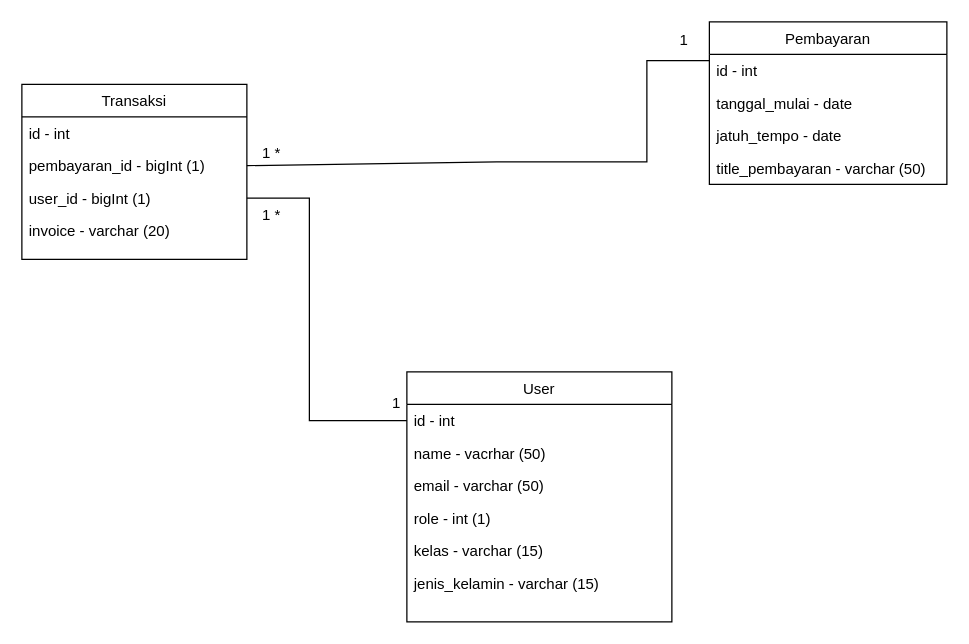
Above: Untitled Diagram.drawio in danangsptro/SI_PEMBAYARAN (draw.io), before the change. Source tidied: cells renumbered, new cells numbered last; positions are measured from the earlier drawing's top-left corner, leaving out a move shared by most shapes. Both pictures are drawn from the tidied source at 125%, with x=0, y=0 at pixel (21, 21).
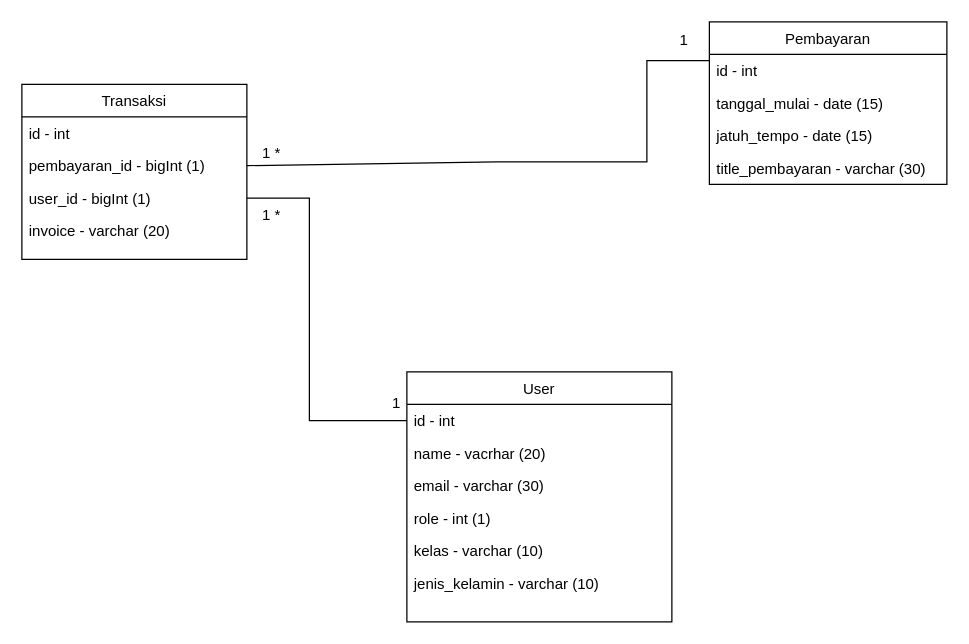
After the change.

Unchanged cells that the change refers to:
```xml
<mxCell id="2" value="User" style="swimlane;fontStyle=0;align=center;verticalAlign=top;horizontal=1;startSize=26;rounded=0;shadow=0;strokeWidth=1;" parent="1" vertex="1">
  <mxGeometry x="308" y="280" width="212" height="200" as="geometry" />
</mxCell>
<mxCell id="14" value="Pembayaran" style="swimlane;fontStyle=0;align=center;verticalAlign=top;horizontal=1;startSize=26;rounded=0;shadow=0;strokeWidth=1;" parent="1" vertex="1">
  <mxGeometry x="550" width="190" height="130" as="geometry" />
</mxCell>
```

What changed in the source:
```diff
@@
-    <mxCell id="4" value="name - vacrhar (50)" style="text;align=left;verticalAlign=top;spacingLeft=4;spacingRight=4;overflow=hidden;" parent="2" vertex="1">
+    <mxCell id="4" value="name - vacrhar (20)" style="text;align=left;verticalAlign=top;spacingLeft=4;spacingRight=4;overflow=hidden;" parent="2" vertex="1">
       <mxGeometry y="52" width="212" height="26" as="geometry" />
     </mxCell>
-    <mxCell id="5" value="email - varchar (50)" style="text;align=left;verticalAlign=top;spacingLeft=4;spacingRight=4;overflow=hidden;rounded=0;shadow=0;html=0;" parent="2" vertex="1">
+    <mxCell id="5" value="email - varchar (30)" style="text;align=left;verticalAlign=top;spacingLeft=4;spacingRight=4;overflow=hidden;rounded=0;shadow=0;html=0;" parent="2" vertex="1">
       <mxGeometry y="78" width="212" height="26" as="geometry" />
     </mxCell>
@@
-    <mxCell id="7" value="kelas - varchar (15)" style="text;align=left;verticalAlign=top;spacingLeft=4;spacingRight=4;overflow=hidden;rounded=0;shadow=0;html=0;" parent="2" vertex="1">
+    <mxCell id="7" value="kelas - varchar (10)" style="text;align=left;verticalAlign=top;spacingLeft=4;spacingRight=4;overflow=hidden;rounded=0;shadow=0;html=0;" parent="2" vertex="1">
       <mxGeometry y="130" width="212" height="26" as="geometry" />
     </mxCell>
-    <mxCell id="8" value="jenis_kelamin - varchar (15)" style="text;align=left;verticalAlign=top;spacingLeft=4;spacingRight=4;overflow=hidden;rounded=0;shadow=0;html=0;" parent="2" vertex="1">
+    <mxCell id="8" value="jenis_kelamin - varchar (10)" style="text;align=left;verticalAlign=top;spacingLeft=4;spacingRight=4;overflow=hidden;rounded=0;shadow=0;html=0;" parent="2" vertex="1">
       <mxGeometry y="156" width="212" height="26" as="geometry" />
     </mxCell>
@@
-    <mxCell id="16" value="tanggal_mulai - date" style="text;align=left;verticalAlign=top;spacingLeft=4;spacingRight=4;overflow=hidden;rounded=0;shadow=0;html=0;" parent="14" vertex="1">
+    <mxCell id="16" value="tanggal_mulai - date (15)" style="text;align=left;verticalAlign=top;spacingLeft=4;spacingRight=4;overflow=hidden;rounded=0;shadow=0;html=0;" parent="14" vertex="1">
       <mxGeometry y="52" width="190" height="26" as="geometry" />
     </mxCell>
-    <mxCell id="17" value="jatuh_tempo - date" style="text;align=left;verticalAlign=top;spacingLeft=4;spacingRight=4;overflow=hidden;rounded=0;shadow=0;html=0;" parent="14" vertex="1">
+    <mxCell id="17" value="jatuh_tempo - date (15)" style="text;align=left;verticalAlign=top;spacingLeft=4;spacingRight=4;overflow=hidden;rounded=0;shadow=0;html=0;" parent="14" vertex="1">
       <mxGeometry y="78" width="190" height="26" as="geometry" />
     </mxCell>
-    <mxCell id="18" value="title_pembayaran - varchar (50)" style="text;align=left;verticalAlign=top;spacingLeft=4;spacingRight=4;overflow=hidden;rounded=0;shadow=0;html=0;" parent="14" vertex="1">
+    <mxCell id="18" value="title_pembayaran - varchar (30)" style="text;align=left;verticalAlign=top;spacingLeft=4;spacingRight=4;overflow=hidden;rounded=0;shadow=0;html=0;" parent="14" vertex="1">
       <mxGeometry y="104" width="190" height="26" as="geometry" />
     </mxCell>
```
